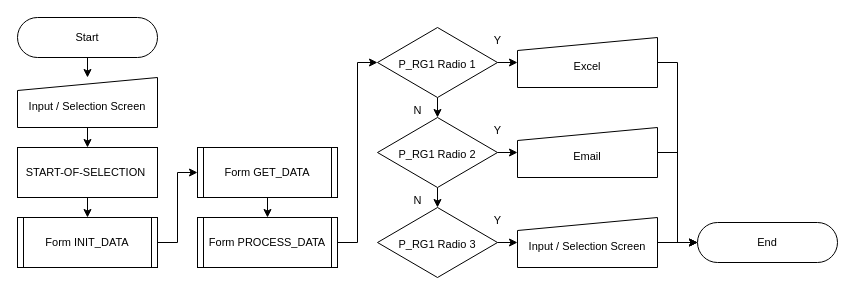
Before: MM-R914.drawio in ivanpilariza/assignment, a draw.io diagram. Source tidied: cells renumbered, new cells numbered last; positions are measured from the earlier drawing's top-left corner, leaving out a move shared by most shapes. Both pictures are drawn from the tidied source at 100%, with x=0, y=0 at pixel (17, 17).
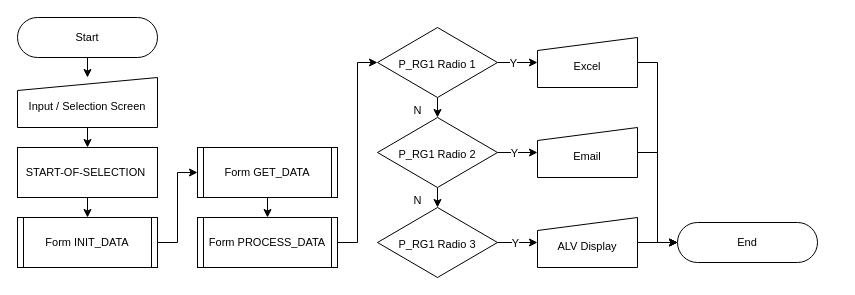
Above is the later version.

Unchanged cells that the change refers to:
```xml
<mxCell id="15" style="edgeStyle=orthogonalEdgeStyle;rounded=0;jettySize=auto;html=1;exitX=1;exitY=0.5;exitDx=0;exitDy=0;entryX=0;entryY=0.5;entryDx=0;entryDy=0;" parent="1" edge="1" source="16" target="17">
  <mxGeometry relative="1" as="geometry" />
</mxCell>
<mxCell id="19" style="edgeStyle=orthogonalEdgeStyle;rounded=0;jettySize=auto;html=1;exitX=1;exitY=0.5;exitDx=0;exitDy=0;entryX=0;entryY=0.5;entryDx=0;entryDy=0;" parent="1" edge="1" source="20" target="23">
  <mxGeometry relative="1" as="geometry" />
</mxCell>
<mxCell id="21" style="edgeStyle=orthogonalEdgeStyle;rounded=0;jettySize=auto;html=1;exitX=1;exitY=0.5;exitDx=0;exitDy=0;entryX=0;entryY=0.5;entryDx=0;entryDy=0;" parent="1" edge="1" source="22" target="24">
  <mxGeometry relative="1" as="geometry" />
</mxCell>
```

Change to the diagram source:
```diff
@@
+    <mxCell id="34" value="Y" style="edgeLabel;html=1;align=center;verticalAlign=middle;" parent="15" vertex="1">
+      <mxGeometry x="-0.27" relative="1" as="geometry" />
+    </mxCell>
@@
     <mxCell id="17" value="Excel" style="shape=manualInput;whiteSpace=wrap;html=1;fontSize=11;size=13;spacingTop=7;" parent="1" vertex="1">
-      <mxGeometry x="500" y="20" width="140" height="50" as="geometry" />
+      <mxGeometry x="520" y="20" width="100" height="50" as="geometry" />
     </mxCell>
@@
+    <mxCell id="35" value="Y" style="edgeLabel;html=1;align=center;verticalAlign=middle;" parent="19" vertex="1">
+      <mxGeometry x="-0.22" relative="1" as="geometry" />
+    </mxCell>
@@
+    <mxCell id="36" value="Y" style="edgeLabel;html=1;align=center;verticalAlign=middle;" parent="21" vertex="1">
+      <mxGeometry x="-0.17" relative="1" as="geometry" />
+    </mxCell>
@@
     <mxCell id="23" value="Email" style="shape=manualInput;whiteSpace=wrap;html=1;fontSize=11;size=13;spacingTop=7;" parent="1" vertex="1">
-      <mxGeometry x="500" y="110" width="140" height="50" as="geometry" />
+      <mxGeometry x="520" y="110" width="100" height="50" as="geometry" />
     </mxCell>
-    <mxCell id="24" value="Input / Selection Screen" style="shape=manualInput;whiteSpace=wrap;html=1;fontSize=11;size=13;spacingTop=7;" parent="1" vertex="1">
-      <mxGeometry x="500" y="200" width="140" height="50" as="geometry" />
+    <mxCell id="24" value="ALV Display" style="shape=manualInput;whiteSpace=wrap;html=1;fontSize=11;size=13;spacingTop=7;" parent="1" vertex="1">
+      <mxGeometry x="520" y="200" width="100" height="50" as="geometry" />
     </mxCell>
     <mxCell id="25" value="End" style="html=1;dashed=0;whiteSpace=wrap;shape=mxgraph.dfd.start;fontSize=11;" parent="1" vertex="1">
-      <mxGeometry x="680" y="205" width="140" height="40" as="geometry" />
+      <mxGeometry x="660" y="205" width="140" height="40" as="geometry" />
     </mxCell>
@@
     <mxCell id="27" style="edgeStyle=orthogonalEdgeStyle;rounded=0;jettySize=auto;html=1;exitX=1;exitY=0.5;exitDx=0;exitDy=0;entryX=0;entryY=0.5;entryDx=0;entryDy=0;entryPerimeter=0;" parent="1" edge="1" source="17" target="25">
-      <mxGeometry relative="1" as="geometry" />
+      <mxGeometry relative="1" as="geometry">
+        <Array as="points">
+          <mxPoint x="640" y="45" />
+          <mxPoint x="640" y="225" />
+        </Array>
+      </mxGeometry>
     </mxCell>
     <mxCell id="28" style="edgeStyle=orthogonalEdgeStyle;rounded=0;jettySize=auto;html=1;exitX=1;exitY=0.5;exitDx=0;exitDy=0;entryX=0;entryY=0.5;entryDx=0;entryDy=0;entryPerimeter=0;" parent="1" edge="1" source="23" target="25">
-      <mxGeometry relative="1" as="geometry" />
+      <mxGeometry relative="1" as="geometry">
+        <Array as="points">
+          <mxPoint x="640" y="135" />
+          <mxPoint x="640" y="225" />
+        </Array>
+      </mxGeometry>
     </mxCell>
@@
-    <mxCell id="31" value="Y" style="text;html=1;align=center;verticalAlign=middle;strokeColor=none;fillColor=none;fontSize=11;" parent="1" vertex="1">
-      <mxGeometry x="465" y="188" width="30" height="30" as="geometry" />
-    </mxCell>
-    <mxCell id="32" value="Y" style="text;html=1;align=center;verticalAlign=middle;strokeColor=none;fillColor=none;fontSize=11;" parent="1" vertex="1">
-      <mxGeometry x="465" y="98" width="30" height="30" as="geometry" />
-    </mxCell>
-    <mxCell id="33" value="Y" style="text;html=1;align=center;verticalAlign=middle;strokeColor=none;fillColor=none;fontSize=11;" parent="1" vertex="1">
-      <mxGeometry x="465" y="8" width="30" height="30" as="geometry" />
-    </mxCell>
```
